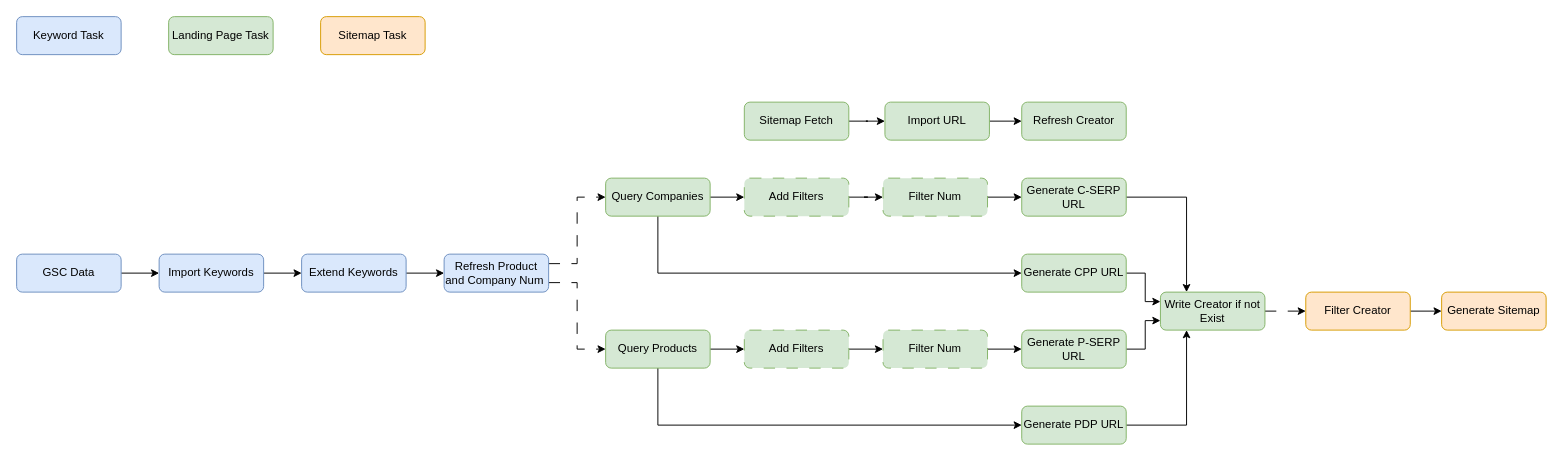
VisableHarry/seo-drawio keeps this draw.io diagram as drawio/ep_sitemap.drawio. Above is the earlier version. Source tidied: cells renumbered, new cells numbered last; positions are measured from the earlier drawing's top-left corner, leaving out a move shared by most shapes. Both pictures are drawn from the tidied source at 95%, with x=0, y=0 at pixel (16, 16).
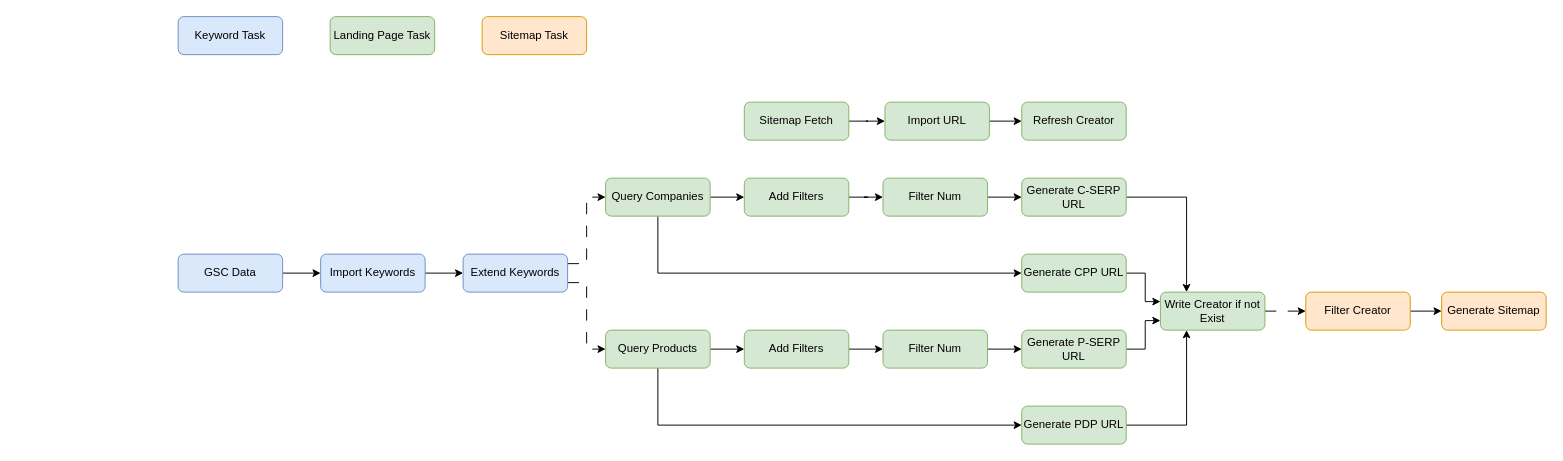
After the change.

The change refers to these unchanged cells:
```xml
<mxCell id="10" value="Query Companies" style="rounded=1;whiteSpace=wrap;html=1;fillColor=#d5e8d4;strokeColor=#82b366;" parent="1" vertex="1">
  <mxGeometry x="620" y="170" width="110" height="40" as="geometry" />
</mxCell>
<mxCell id="13" value="Query Products" style="rounded=1;whiteSpace=wrap;html=1;fillColor=#d5e8d4;strokeColor=#82b366;" parent="1" vertex="1">
  <mxGeometry x="620" y="330" width="110" height="40" as="geometry" />
</mxCell>
```

What changed in the source:
```diff
@@
     <mxCell id="3" value="GSC Data" style="rounded=1;whiteSpace=wrap;html=1;fillColor=#dae8fc;strokeColor=#6c8ebf;" parent="1" vertex="1">
-      <mxGeometry y="250" width="110" height="40" as="geometry" />
+      <mxGeometry x="170" y="250" width="110" height="40" as="geometry" />
     </mxCell>
@@
     <mxCell id="5" value="Import Keywords" style="rounded=1;whiteSpace=wrap;html=1;fillColor=#dae8fc;strokeColor=#6c8ebf;" parent="1" vertex="1">
-      <mxGeometry x="150" y="250" width="110" height="40" as="geometry" />
+      <mxGeometry x="320" y="250" width="110" height="40" as="geometry" />
     </mxCell>
-    <mxCell id="6" style="edgeStyle=orthogonalEdgeStyle;rounded=0;jettySize=auto;html=1;exitX=1;exitY=0.5;exitDx=0;exitDy=0;entryX=0;entryY=0.5;entryDx=0;entryDy=0;" parent="1" edge="1" source="7" target="45">
-      <mxGeometry relative="1" as="geometry" />
-    </mxCell>
+    <mxCell id="46" style="edgeStyle=orthogonalEdgeStyle;rounded=0;jettySize=auto;html=1;exitX=1;exitY=0.25;exitDx=0;exitDy=0;entryX=0;entryY=0.5;entryDx=0;entryDy=0;dashed=1;dashPattern=12 12;" parent="1" edge="1" source="7" target="10">
+      <mxGeometry relative="1" as="geometry" />
+    </mxCell>
+    <mxCell id="47" style="edgeStyle=orthogonalEdgeStyle;rounded=0;jettySize=auto;html=1;exitX=1;exitY=0.75;exitDx=0;exitDy=0;entryX=0;entryY=0.5;entryDx=0;entryDy=0;dashed=1;dashPattern=12 12;" parent="1" edge="1" source="7" target="13">
+      <mxGeometry relative="1" as="geometry" />
+    </mxCell>
     <mxCell id="7" value="Extend Keywords" style="rounded=1;whiteSpace=wrap;html=1;fillColor=#dae8fc;strokeColor=#6c8ebf;" parent="1" vertex="1">
-      <mxGeometry x="300" y="250" width="110" height="40" as="geometry" />
+      <mxGeometry x="470" y="250" width="110" height="40" as="geometry" />
     </mxCell>
@@
-    <mxCell id="15" value="Filter Num" style="rounded=1;whiteSpace=wrap;html=1;fillColor=#d5e8d4;strokeColor=#82b366;dashed=1;dashPattern=12 12;" parent="1" vertex="1">
+    <mxCell id="15" value="Filter Num" style="rounded=1;whiteSpace=wrap;html=1;fillColor=#d5e8d4;strokeColor=#82b366;" parent="1" vertex="1">
       <mxGeometry x="912" y="170" width="110" height="40" as="geometry" />
     </mxCell>
@@
-    <mxCell id="17" value="Filter Num" style="rounded=1;whiteSpace=wrap;html=1;fillColor=#d5e8d4;strokeColor=#82b366;dashed=1;dashPattern=12 12;" parent="1" vertex="1">
+    <mxCell id="17" value="Filter Num" style="rounded=1;whiteSpace=wrap;html=1;fillColor=#d5e8d4;strokeColor=#82b366;" parent="1" vertex="1">
       <mxGeometry x="912" y="330" width="110" height="40" as="geometry" />
     </mxCell>
@@
-    <mxCell id="28" value="Add Filters" style="rounded=1;whiteSpace=wrap;html=1;fillColor=#d5e8d4;strokeColor=#82b366;dashed=1;dashPattern=12 12;" parent="1" vertex="1">
+    <mxCell id="28" value="Add Filters" style="rounded=1;whiteSpace=wrap;html=1;fillColor=#d5e8d4;strokeColor=#82b366;" parent="1" vertex="1">
       <mxGeometry x="766" y="330" width="110" height="40" as="geometry" />
     </mxCell>
@@
-    <mxCell id="30" value="Add Filters" style="rounded=1;whiteSpace=wrap;html=1;fillColor=#d5e8d4;strokeColor=#82b366;dashed=1;dashPattern=12 12;" parent="1" vertex="1">
+    <mxCell id="30" value="Add Filters" style="rounded=1;whiteSpace=wrap;html=1;fillColor=#d5e8d4;strokeColor=#82b366;" parent="1" vertex="1">
       <mxGeometry x="766" y="170" width="110" height="40" as="geometry" />
     </mxCell>
@@
     <mxCell id="37" value="Keyword Task" style="rounded=1;whiteSpace=wrap;html=1;fillColor=#dae8fc;strokeColor=#6c8ebf;" parent="1" vertex="1">
-      <mxGeometry width="110" height="40" as="geometry" />
+      <mxGeometry x="170" width="110" height="40" as="geometry" />
     </mxCell>
     <mxCell id="38" value="Landing Page Task" style="rounded=1;whiteSpace=wrap;html=1;fillColor=#d5e8d4;strokeColor=#82b366;" parent="1" vertex="1">
-      <mxGeometry x="160" width="110" height="40" as="geometry" />
+      <mxGeometry x="330" width="110" height="40" as="geometry" />
     </mxCell>
     <mxCell id="39" value="Sitemap Task" style="rounded=1;whiteSpace=wrap;html=1;fillColor=#ffe6cc;strokeColor=#d79b00;" parent="1" vertex="1">
-      <mxGeometry x="320" width="110" height="40" as="geometry" />
+      <mxGeometry x="490" width="110" height="40" as="geometry" />
     </mxCell>
@@
-    <mxCell id="43" style="edgeStyle=orthogonalEdgeStyle;rounded=0;jettySize=auto;html=1;exitX=1;exitY=0.25;exitDx=0;exitDy=0;entryX=0;entryY=0.5;entryDx=0;entryDy=0;dashed=1;dashPattern=12 12;" parent="1" edge="1" source="45" target="10">
-      <mxGeometry relative="1" as="geometry" />
-    </mxCell>
-    <mxCell id="44" style="edgeStyle=orthogonalEdgeStyle;rounded=0;jettySize=auto;html=1;exitX=1;exitY=0.75;exitDx=0;exitDy=0;entryX=0;entryY=0.5;entryDx=0;entryDy=0;dashed=1;dashPattern=12 12;" parent="1" edge="1" source="45" target="13">
-      <mxGeometry relative="1" as="geometry" />
-    </mxCell>
-    <mxCell id="45" value="Refresh Product and Company Num&amp;nbsp;" style="rounded=1;whiteSpace=wrap;html=1;fillColor=#dae8fc;strokeColor=#6c8ebf;" parent="1" vertex="1">
-      <mxGeometry x="450" y="250" width="110" height="40" as="geometry" />
-    </mxCell>
```
